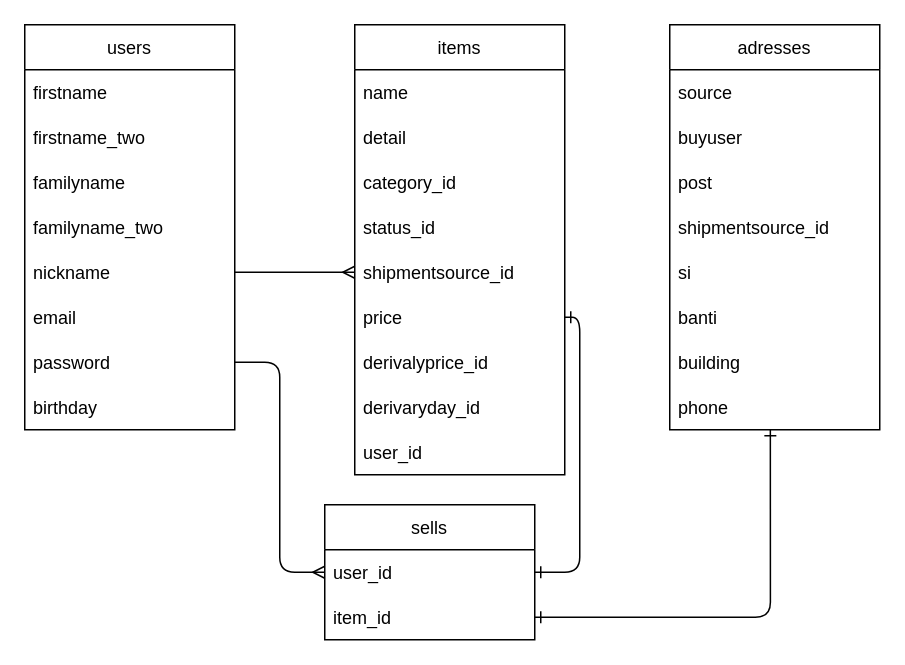
Above: ER図.dio in aki2314/furima-37607 (draw.io), before the change. Source tidied: cells renumbered, new cells numbered last; positions are measured from the earlier drawing's top-left corner, leaving out a move shared by most shapes. Both pictures are drawn from the tidied source at 150%, with x=0, y=0 at pixel (24, 24).
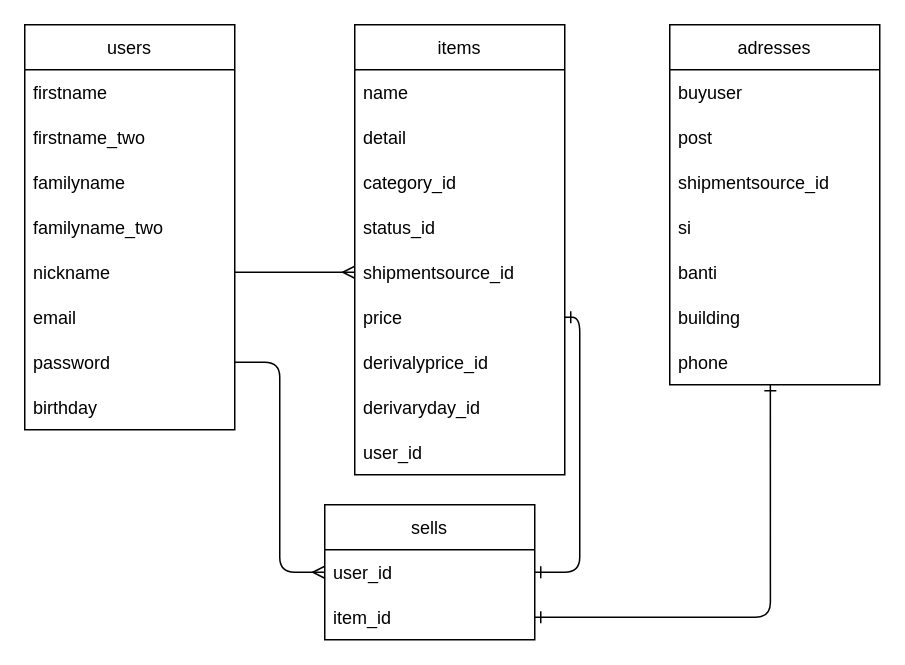
After the change.

Change to the diagram source:
```diff
@@
     <mxCell id="24" value="adresses" style="swimlane;fontStyle=0;horizontal=1;startSize=30;" parent="1" vertex="1">
-      <mxGeometry x="430" width="140" height="270" as="geometry" />
+      <mxGeometry x="430" width="140" height="240" as="geometry" />
     </mxCell>
-    <mxCell id="25" value="source" style="text;strokeColor=none;fillColor=none;align=left;verticalAlign=middle;spacingLeft=4;spacingRight=4;overflow=hidden;" parent="24" vertex="1">
-      <mxGeometry y="30" width="140" height="30" as="geometry" />
-    </mxCell>
     <mxCell id="26" value="buyuser" style="text;strokeColor=none;fillColor=none;align=left;verticalAlign=middle;spacingLeft=4;spacingRight=4;overflow=hidden;" parent="24" vertex="1">
-      <mxGeometry y="60" width="140" height="30" as="geometry" />
+      <mxGeometry y="30" width="140" height="30" as="geometry" />
     </mxCell>
     <mxCell id="27" value="post" style="text;strokeColor=none;fillColor=none;align=left;verticalAlign=middle;spacingLeft=4;spacingRight=4;overflow=hidden;" parent="24" vertex="1">
-      <mxGeometry y="90" width="140" height="30" as="geometry" />
+      <mxGeometry y="60" width="140" height="30" as="geometry" />
     </mxCell>
     <mxCell id="28" value="shipmentsource_id" style="text;strokeColor=none;fillColor=none;align=left;verticalAlign=middle;spacingLeft=4;spacingRight=4;overflow=hidden;" parent="24" vertex="1">
-      <mxGeometry y="120" width="140" height="30" as="geometry" />
+      <mxGeometry y="90" width="140" height="30" as="geometry" />
     </mxCell>
     <mxCell id="29" value="si" style="text;strokeColor=none;fillColor=none;align=left;verticalAlign=middle;spacingLeft=4;spacingRight=4;overflow=hidden;" parent="24" vertex="1">
-      <mxGeometry y="150" width="140" height="30" as="geometry" />
+      <mxGeometry y="120" width="140" height="30" as="geometry" />
     </mxCell>
     <mxCell id="30" value="banti" style="text;strokeColor=none;fillColor=none;align=left;verticalAlign=middle;spacingLeft=4;spacingRight=4;overflow=hidden;" parent="24" vertex="1">
-      <mxGeometry y="180" width="140" height="30" as="geometry" />
+      <mxGeometry y="150" width="140" height="30" as="geometry" />
     </mxCell>
     <mxCell id="31" value="building" style="text;strokeColor=none;fillColor=none;align=left;verticalAlign=middle;spacingLeft=4;spacingRight=4;overflow=hidden;" parent="24" vertex="1">
-      <mxGeometry y="210" width="140" height="30" as="geometry" />
+      <mxGeometry y="180" width="140" height="30" as="geometry" />
     </mxCell>
     <mxCell id="32" value="phone" style="text;strokeColor=none;fillColor=none;align=left;verticalAlign=middle;spacingLeft=4;spacingRight=4;overflow=hidden;points=[[0,0.5],[1,0.5]];portConstraint=eastwest;" parent="24" vertex="1">
-      <mxGeometry y="240" width="140" height="30" as="geometry" />
+      <mxGeometry y="210" width="140" height="30" as="geometry" />
     </mxCell>
```
